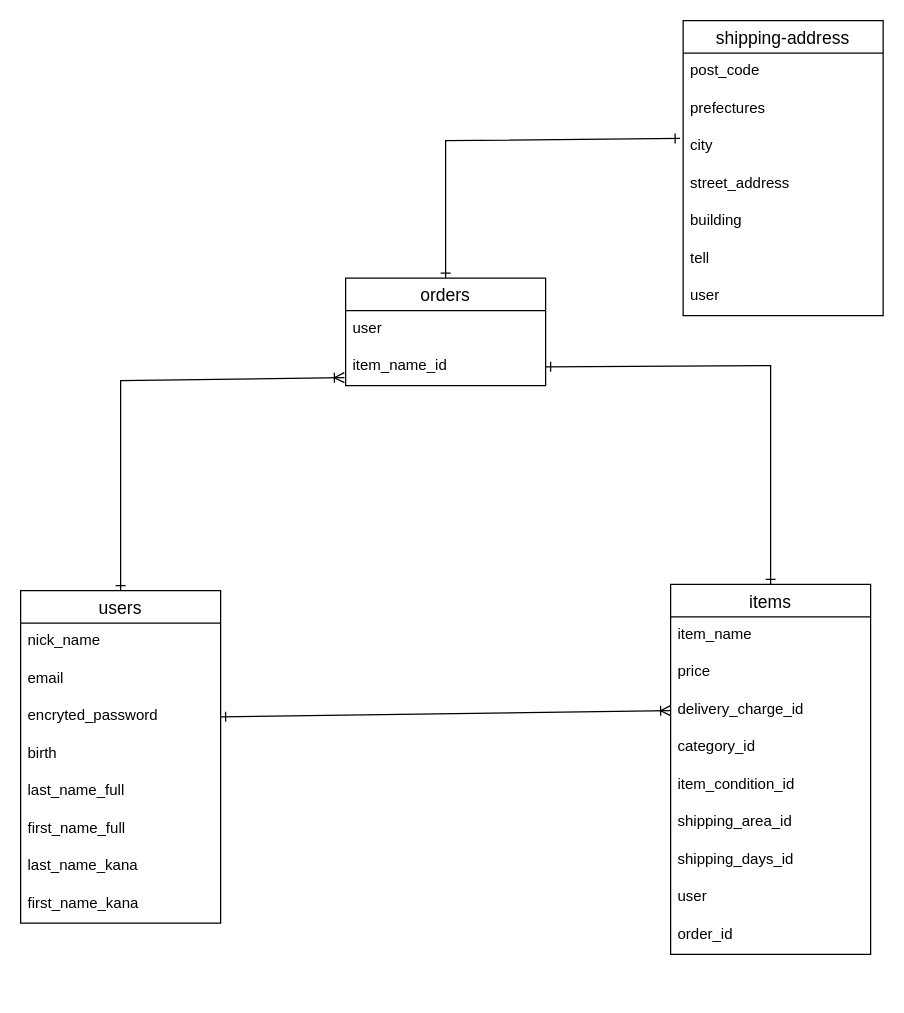
Earlier version of the draw.io diagram furima.dio (sayo1718/furima-39208). Source tidied: cells renumbered, new cells numbered last; positions are measured from the earlier drawing's top-left corner, leaving out a move shared by most shapes. Both pictures are drawn from the tidied source at 125%, with x=0, y=0 at pixel (20, 20).
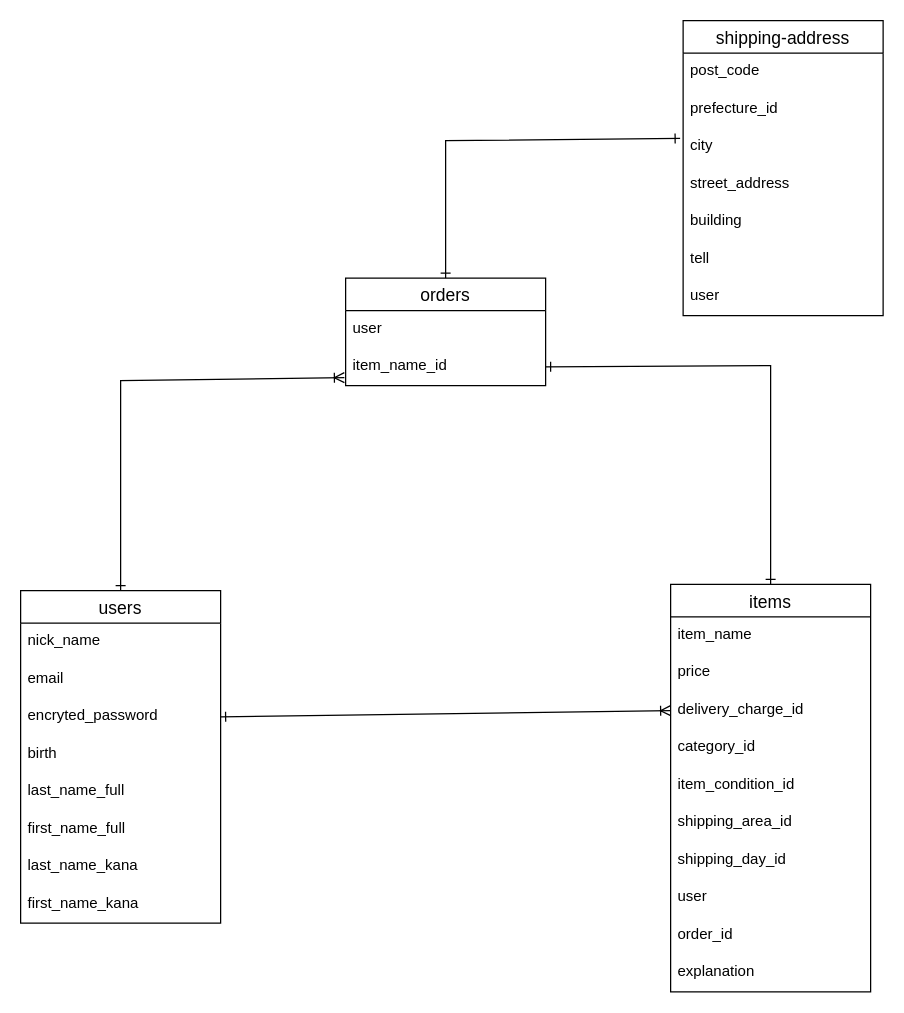
The same page after the edit.

Unchanged cells that the change refers to:
```xml
<mxCell id="23" value="shipping-address" style="swimlane;fontStyle=0;horizontal=1;startSize=26;align=center;fontSize=14;" parent="1" vertex="1">
  <mxGeometry x="530" width="160" height="236" as="geometry" />
</mxCell>
```

What changed in the source:
```diff
@@
     <mxCell id="13" value="items" style="swimlane;fontStyle=0;horizontal=1;startSize=26;align=center;fontSize=14;" parent="1" vertex="1">
-      <mxGeometry x="520" y="451" width="160" height="296" as="geometry" />
+      <mxGeometry x="520" y="451" width="160" height="326" as="geometry" />
     </mxCell>
@@
-    <mxCell id="20" value="shipping_days_id" style="text;strokeColor=none;fillColor=none;spacingLeft=4;spacingRight=4;overflow=hidden;fontSize=12;" parent="13" vertex="1">
+    <mxCell id="20" value="shipping_day_id" style="text;strokeColor=none;fillColor=none;spacingLeft=4;spacingRight=4;overflow=hidden;fontSize=12;" parent="13" vertex="1">
       <mxGeometry y="206" width="160" height="30" as="geometry" />
     </mxCell>
@@
+    <mxCell id="36" value="explanation" style="text;strokeColor=none;fillColor=none;spacingLeft=4;spacingRight=4;overflow=hidden;fontSize=12;" parent="13" vertex="1">
+      <mxGeometry y="296" width="160" height="30" as="geometry" />
+    </mxCell>
@@
-    <mxCell id="25" value="prefectures" style="text;strokeColor=none;fillColor=none;spacingLeft=4;spacingRight=4;overflow=hidden;fontSize=12;" parent="23" vertex="1">
+    <mxCell id="25" value="prefecture_id" style="text;strokeColor=none;fillColor=none;spacingLeft=4;spacingRight=4;overflow=hidden;fontSize=12;" parent="23" vertex="1">
       <mxGeometry y="56" width="160" height="30" as="geometry" />
     </mxCell>
```
